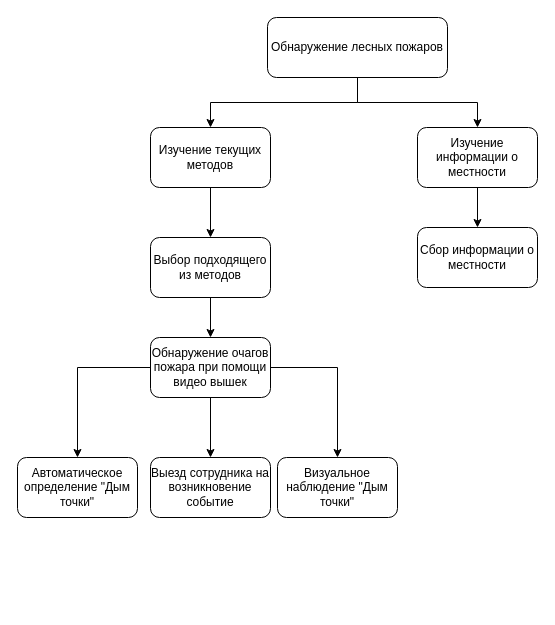
Earlier version of the draw.io diagram Untitled Diagram.drawio (gtchaykovskiy/clojure-koans-1). Source tidied: cells renumbered, new cells numbered last; positions are measured from the earlier drawing's top-left corner, leaving out a move shared by most shapes. Both pictures are drawn from the tidied source at 100%, with x=0, y=0 at pixel (17, 17).
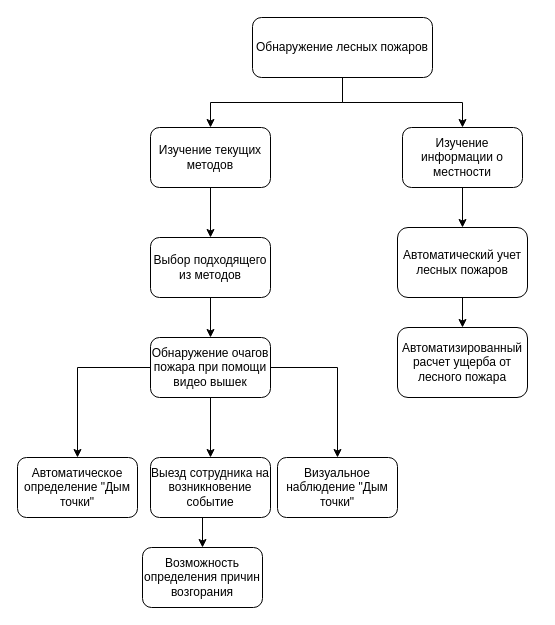
After the change.

The change refers to these unchanged cells:
```xml
<mxCell id="17" value="Выезд сотрудника на возникновение событие" style="rounded=1;whiteSpace=wrap;html=1;" parent="1" vertex="1">
  <mxGeometry x="133" y="440" width="120" height="60" as="geometry" />
</mxCell>
```

Diff of the diagram source:
```diff
@@
     <mxCell id="4" value="Обнаружение лесных пожаров" style="rounded=1;whiteSpace=wrap;html=1;" parent="1" vertex="1">
-      <mxGeometry x="250" width="180" height="60" as="geometry" />
+      <mxGeometry x="235" width="180" height="60" as="geometry" />
     </mxCell>
@@
     <mxCell id="8" value="Изучение информации о местности" style="rounded=1;whiteSpace=wrap;html=1;" parent="1" vertex="1">
-      <mxGeometry x="400" y="110" width="120" height="60" as="geometry" />
+      <mxGeometry x="385" y="110" width="120" height="60" as="geometry" />
     </mxCell>
@@
+    <mxCell id="19" style="edgeStyle=orthogonalEdgeStyle;rounded=0;jettySize=auto;html=1;exitX=0.5;exitY=1;exitDx=0;exitDy=0;entryX=0.5;entryY=0;entryDx=0;entryDy=0;" parent="1" edge="1" source="17" target="22">
+      <mxGeometry relative="1" as="geometry" />
+    </mxCell>
@@
+    <mxCell id="20" style="edgeStyle=orthogonalEdgeStyle;rounded=0;jettySize=auto;html=1;exitX=0.5;exitY=1;exitDx=0;exitDy=0;" parent="1" edge="1" source="18" target="21">
+      <mxGeometry relative="1" as="geometry" />
+    </mxCell>
-    <mxCell id="18" value="Сбор информации о местности" style="rounded=1;whiteSpace=wrap;html=1;" parent="1" vertex="1">
-      <mxGeometry x="400" y="210" width="120" height="60" as="geometry" />
+    <mxCell id="18" value="Автоматический учет лесных пожаров" style="rounded=1;whiteSpace=wrap;html=1;" parent="1" vertex="1">
+      <mxGeometry x="380" y="210" width="130" height="70" as="geometry" />
     </mxCell>
+    <mxCell id="21" value="Автоматизированный расчет ущерба от лесного пожара" style="rounded=1;whiteSpace=wrap;html=1;" parent="1" vertex="1">
+      <mxGeometry x="380" y="310" width="130" height="70" as="geometry" />
+    </mxCell>
+    <mxCell id="22" value="Возможность определения причин возгорания" style="rounded=1;whiteSpace=wrap;html=1;" parent="1" vertex="1">
+      <mxGeometry x="125" y="530" width="120" height="60" as="geometry" />
+    </mxCell>
```
